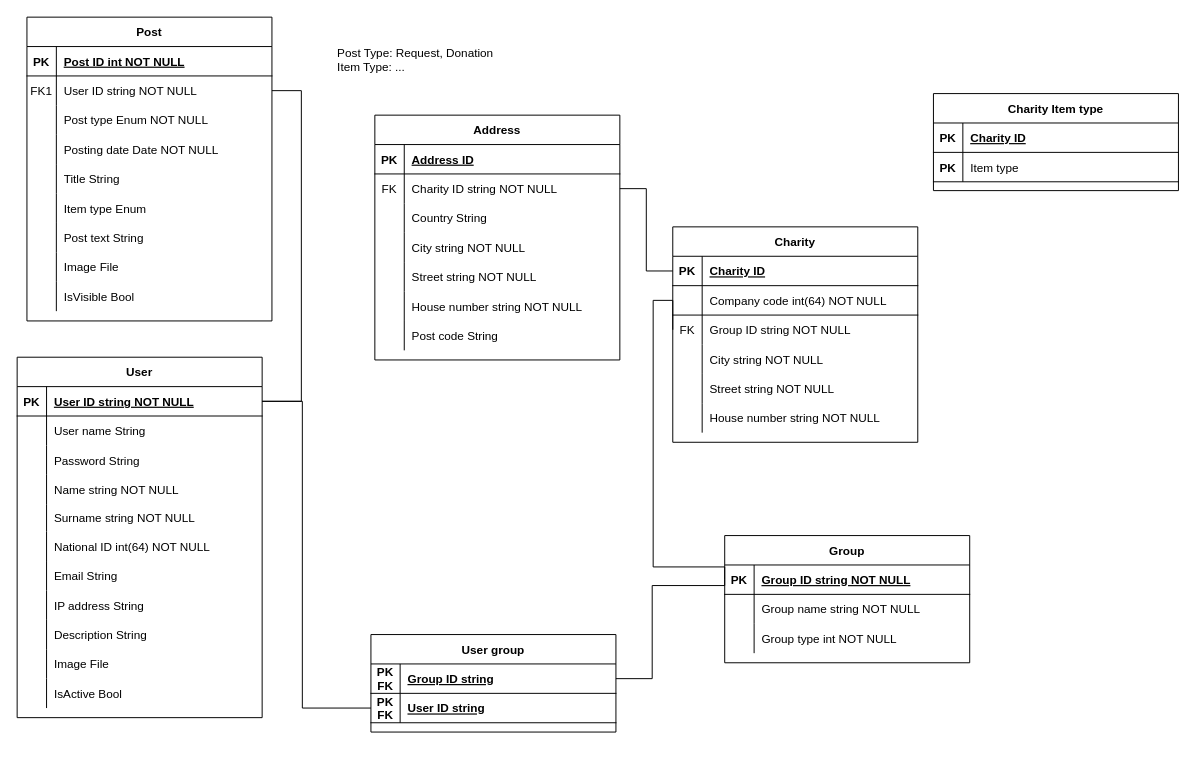
PauliusLu/Pro-Bono keeps this draw.io diagram as ER diagram.drawio. Above is the earlier version. Source tidied: cells renumbered, new cells numbered last; positions are measured from the earlier drawing's top-left corner, leaving out a move shared by most shapes. Both pictures are drawn from the tidied source at 98%, with x=0, y=0 at pixel (17, 17).
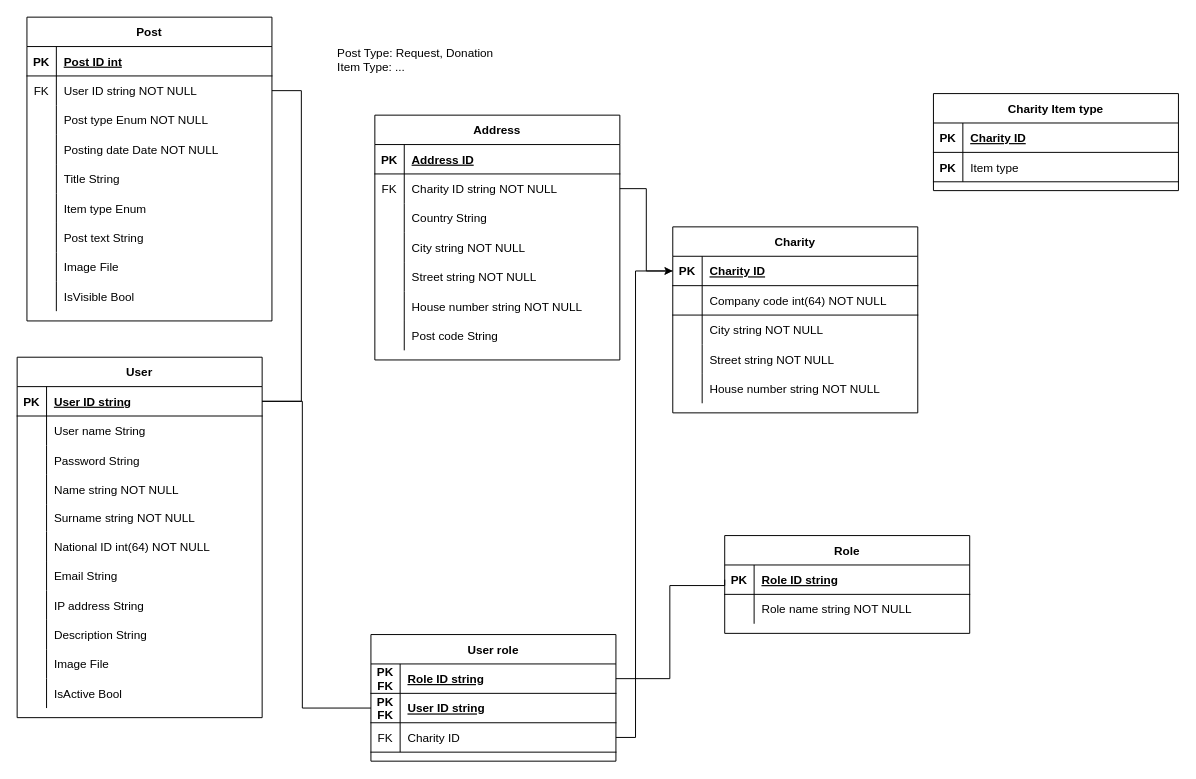
The same page after the edit.

Commit message:
Refactor user role entities

The change refers to these unchanged cells:
```xml
<mxCell id="4" style="shape=partialRectangle;fillColor=none;top=0;left=0;right=0;bottom=1;" parent="3" vertex="1">
  <mxGeometry y="30" width="250" height="30" as="geometry" />
</mxCell>
<mxCell id="7" style="shape=partialRectangle;fillColor=none;points=[[0,0.5],[1,0.5]];portConstraint=eastwest;top=0;left=0;right=0;bottom=0;" parent="3" vertex="1">
  <mxGeometry y="60" width="250" height="30" as="geometry" />
</mxCell>
<mxCell id="32" style="shape=partialRectangle;fillColor=none;points=[[0,0.5],[1,0.5]];portConstraint=eastwest;top=0;left=0;right=0;bottom=1;" parent="31" vertex="1">
  <mxGeometry y="30" width="250" height="30" as="geometry" />
</mxCell>
<mxCell id="66" style="shape=partialRectangle;fillColor=none;points=[[0,0.5],[1,0.5]];portConstraint=eastwest;top=0;left=0;right=0;bottom=1;" parent="65" vertex="1">
  <mxGeometry y="30" width="250" height="30" as="geometry" />
</mxCell>
<mxCell id="73" style="shape=partialRectangle;fillColor=none;points=[[0,0.5],[1,0.5]];portConstraint=eastwest;top=0;left=0;right=0;bottom=1;" parent="72" vertex="1">
  <mxGeometry y="30" width="250" height="30" as="geometry" />
</mxCell>
<mxCell id="76" style="shape=partialRectangle;fillColor=none;top=0;left=0;right=0;bottom=0;" parent="72" vertex="1">
  <mxGeometry y="60" width="250" height="30" as="geometry" />
</mxCell>
<mxCell id="83" style="shape=partialRectangle;fillColor=none;points=[[0,0.5],[1,0.5]];portConstraint=eastwest;top=0;left=0;right=0;bottom=1;" parent="82" vertex="1">
  <mxGeometry y="30" width="250" height="30" as="geometry" />
</mxCell>
```

What changed in the source:
```diff
@@
-    <mxCell id="6" value="Post ID int NOT NULL " style="shape=partialRectangle;overflow=hidden;fillColor=none;top=0;left=0;bottom=0;right=0;align=left;spacingLeft=6;fontStyle=5;" parent="4" vertex="1">
+    <mxCell id="6" value="Post ID int" style="shape=partialRectangle;overflow=hidden;fillColor=none;top=0;left=0;bottom=0;right=0;align=left;spacingLeft=6;fontStyle=5;" parent="4" vertex="1">
       <mxGeometry x="30" width="220" height="30" as="geometry" />
     </mxCell>
@@
-    <mxCell id="8" value="FK1" style="shape=partialRectangle;overflow=hidden;fillColor=none;top=0;left=0;bottom=0;right=0;" parent="7" vertex="1">
+    <mxCell id="8" value="FK" style="shape=partialRectangle;overflow=hidden;fillColor=none;top=0;left=0;bottom=0;right=0;" parent="7" vertex="1">
       <mxGeometry width="30" height="30" as="geometry" />
     </mxCell>
@@
-    <mxCell id="34" value="User ID string NOT NULL " style="shape=partialRectangle;overflow=hidden;fillColor=none;top=0;left=0;bottom=0;right=0;align=left;spacingLeft=6;fontStyle=5;" parent="32" vertex="1">
+    <mxCell id="34" value="User ID string" style="shape=partialRectangle;overflow=hidden;fillColor=none;top=0;left=0;bottom=0;right=0;align=left;spacingLeft=6;fontStyle=5;" parent="32" vertex="1">
       <mxGeometry x="30" width="220" height="30" as="geometry" />
     </mxCell>
@@
-    <mxCell id="65" value="User group" style="shape=table;startSize=30;childLayout=tableLayout;rowLines=0;fontStyle=1;align=center;" parent="1" vertex="1">
-      <mxGeometry x="361" y="630" width="250" height="99.5" as="geometry" />
+    <mxCell id="65" value="User role" style="shape=table;startSize=30;childLayout=tableLayout;rowLines=0;fontStyle=1;align=center;" parent="1" vertex="1">
+      <mxGeometry x="361" y="630" width="250" height="129.2" as="geometry" />
     </mxCell>
@@
-    <mxCell id="68" value="Group ID string" style="shape=partialRectangle;overflow=hidden;fillColor=none;top=0;left=0;bottom=0;right=0;align=left;spacingLeft=6;fontStyle=5;" parent="66" vertex="1">
+    <mxCell id="68" value="Role ID string" style="shape=partialRectangle;overflow=hidden;fillColor=none;top=0;left=0;bottom=0;right=0;align=left;spacingLeft=6;fontStyle=5;" parent="66" vertex="1">
       <mxGeometry x="29.8" width="220.2" height="30" as="geometry" />
     </mxCell>
@@
+    <mxCell id="135" style="shape=partialRectangle;fillColor=none;points=[[0,0.5],[1,0.5]];portConstraint=eastwest;top=0;left=0;right=0;bottom=1;" parent="65" vertex="1">
+      <mxGeometry y="90" width="250" height="30" as="geometry" />
+    </mxCell>
+    <mxCell id="90" value="FK" style="shape=partialRectangle;overflow=hidden;fillColor=none;top=0;left=0;bottom=0;right=0;fontStyle=0;strokeColor=none;" parent="135" vertex="1">
+      <mxGeometry width="29.8" height="30" as="geometry" />
+    </mxCell>
+    <mxCell id="136" value="Charity ID" style="shape=partialRectangle;overflow=hidden;fillColor=none;top=0;left=0;bottom=0;right=0;align=left;spacingLeft=6;fontStyle=0;strokeColor=none;strokeWidth=1;" parent="135" vertex="1">
+      <mxGeometry x="29.8" width="220.2" height="30" as="geometry" />
+    </mxCell>
-    <mxCell id="72" value="Group" style="shape=table;startSize=30;childLayout=tableLayout;rowLines=0;fontStyle=1;align=center;" parent="1" vertex="1">
-      <mxGeometry x="722" y="529" width="250" height="129.8" as="geometry" />
+    <mxCell id="72" value="Role" style="shape=table;startSize=30;childLayout=tableLayout;rowLines=0;fontStyle=1;align=center;" parent="1" vertex="1">
+      <mxGeometry x="722" y="529" width="250" height="99.8" as="geometry" />
     </mxCell>
@@
-    <mxCell id="75" value="Group ID string NOT NULL " style="shape=partialRectangle;overflow=hidden;fillColor=none;top=0;left=0;bottom=0;right=0;align=left;spacingLeft=6;fontStyle=5;" parent="73" vertex="1">
+    <mxCell id="75" value="Role ID string" style="shape=partialRectangle;overflow=hidden;fillColor=none;top=0;left=0;bottom=0;right=0;align=left;spacingLeft=6;fontStyle=5;" parent="73" vertex="1">
       <mxGeometry x="30" width="220" height="30" as="geometry" />
     </mxCell>
@@
-    <mxCell id="78" value="Group name string NOT NULL" style="shape=partialRectangle;overflow=hidden;fillColor=none;top=0;left=0;bottom=0;right=0;align=left;spacingLeft=6;" parent="76" vertex="1">
+    <mxCell id="78" value="Role name string NOT NULL" style="shape=partialRectangle;overflow=hidden;fillColor=none;top=0;left=0;bottom=0;right=0;align=left;spacingLeft=6;" parent="76" vertex="1">
       <mxGeometry x="30" width="220" height="30" as="geometry" />
     </mxCell>
-    <mxCell id="79" style="shape=partialRectangle;fillColor=none;top=0;left=0;right=0;bottom=0;" parent="72" vertex="1">
-      <mxGeometry y="90" width="250" height="30" as="geometry" />
-    </mxCell>
-    <mxCell id="80" style="shape=partialRectangle;overflow=hidden;fillColor=none;top=0;left=0;bottom=0;right=0;" parent="79" vertex="1">
-      <mxGeometry width="30" height="30" as="geometry" />
-    </mxCell>
-    <mxCell id="81" value="Group type int NOT NULL" style="shape=partialRectangle;overflow=hidden;fillColor=none;top=0;left=0;bottom=0;right=0;align=left;spacingLeft=6;" parent="79" vertex="1">
-      <mxGeometry x="30" width="220" height="30" as="geometry" />
-    </mxCell>
     <mxCell id="82" value="Charity" style="shape=table;startSize=30;childLayout=tableLayout;rowLines=0;fontStyle=1;align=center;" parent="1" vertex="1">
-      <mxGeometry x="669" y="214" width="250" height="219.8" as="geometry" />
+      <mxGeometry x="669" y="214" width="250" height="189.8" as="geometry" />
     </mxCell>
@@
-    <mxCell id="89" style="shape=partialRectangle;fillColor=none;points=[[0,0.5],[1,0.5]];portConstraint=eastwest;top=0;left=0;right=0;bottom=0;" parent="82" vertex="1">
-      <mxGeometry y="90" width="250" height="30" as="geometry" />
-    </mxCell>
-    <mxCell id="90" value="FK" style="shape=partialRectangle;overflow=hidden;fillColor=none;top=0;left=0;bottom=0;right=0;" parent="89" vertex="1">
-      <mxGeometry width="30" height="30" as="geometry" />
-    </mxCell>
-    <mxCell id="91" value="Group ID string NOT NULL" style="shape=partialRectangle;overflow=hidden;fillColor=none;top=0;left=0;bottom=0;right=0;align=left;spacingLeft=6;" parent="89" vertex="1">
-      <mxGeometry x="30" width="220" height="30" as="geometry" />
-    </mxCell>
     <mxCell id="92" style="shape=partialRectangle;fillColor=none;top=0;left=0;right=0;bottom=0;" parent="82" vertex="1">
-      <mxGeometry y="120" width="250" height="30" as="geometry" />
+      <mxGeometry y="90" width="250" height="30" as="geometry" />
     </mxCell>
@@
     <mxCell id="95" style="shape=partialRectangle;fillColor=none;top=0;left=0;right=0;bottom=0;" parent="82" vertex="1">
-      <mxGeometry y="150" width="250" height="30" as="geometry" />
+      <mxGeometry y="120" width="250" height="30" as="geometry" />
     </mxCell>
@@
     <mxCell id="98" style="shape=partialRectangle;fillColor=none;top=0;left=0;right=0;bottom=0;" parent="82" vertex="1">
-      <mxGeometry y="180" width="250" height="30" as="geometry" />
+      <mxGeometry y="150" width="250" height="30" as="geometry" />
     </mxCell>
@@
-    <mxCell id="101" style="edgeStyle=orthogonalEdgeStyle;rounded=0;jettySize=auto;html=1;exitX=0;exitY=0.5;exitDx=0;exitDy=0;entryX=0;entryY=0.5;entryDx=0;entryDy=0;startArrow=none;startFill=0;endArrow=none;endFill=0;" parent="1" edge="1" source="73" target="89">
+    <mxCell id="101" style="edgeStyle=orthogonalEdgeStyle;rounded=0;jettySize=auto;html=1;exitX=0;exitY=0.5;exitDx=0;exitDy=0;entryX=0;entryY=0.5;entryDx=0;entryDy=0;startArrow=none;startFill=0;endArrow=none;endFill=0;" parent="1" edge="1" source="73">
       <mxGeometry relative="1" as="geometry">
         <Array as="points">
-          <mxPoint x="722" y="561" />
-          <mxPoint x="649" y="561" />
-          <mxPoint x="649" y="289" />
-          <mxPoint x="669" y="289" />
+          <mxPoint x="722" y="568" />
+          <mxPoint x="649" y="568" />
+          <mxPoint x="649" y="319" />
         </Array>
       </mxGeometry>
     </mxCell>
     <mxCell id="102" style="edgeStyle=orthogonalEdgeStyle;rounded=0;jettySize=auto;html=1;exitX=1;exitY=0.5;exitDx=0;exitDy=0;entryX=0;entryY=0.5;entryDx=0;entryDy=0;startArrow=none;startFill=0;endArrow=none;endFill=0;" parent="1" edge="1" source="66" target="73">
       <mxGeometry relative="1" as="geometry">
         <Array as="points">
-          <mxPoint x="648" y="675" />
-          <mxPoint x="648" y="580" />
+          <mxPoint x="666" y="675" />
+          <mxPoint x="666" y="580" />
           <mxPoint x="722" y="580" />
         </Array>
       </mxGeometry>
     </mxCell>
@@
+    <mxCell id="137" style="edgeStyle=orthogonalEdgeStyle;rounded=0;jettySize=auto;html=1;exitX=1;exitY=0.5;exitDx=0;exitDy=0;entryX=0;entryY=0.5;entryDx=0;entryDy=0;" parent="1" edge="1" source="135" target="83">
+      <mxGeometry relative="1" as="geometry">
+        <Array as="points">
+          <mxPoint x="631" y="735" />
+          <mxPoint x="631" y="259" />
+        </Array>
+      </mxGeometry>
+    </mxCell>
```
